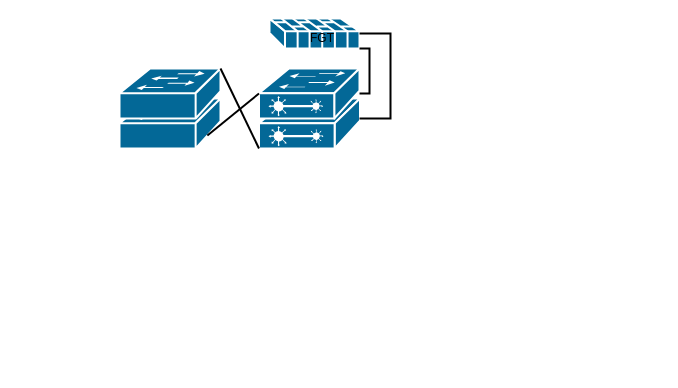
Before: schémabaiemarseille.drawio in titiuv24/diagrammes, a draw.io diagram. Source tidied: cells renumbered, new cells numbered last; positions are measured from the earlier drawing's top-left corner, leaving out a move shared by most shapes. Both pictures are drawn from the tidied source at 100%, with x=0, y=0 at pixel (119, 18).
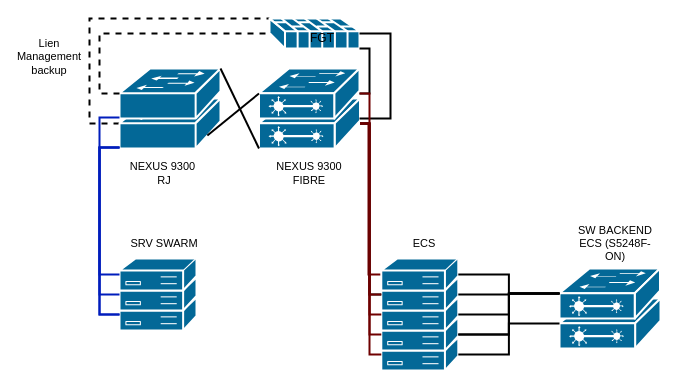
After the change.

Commit message:
Mettre à jour schémabaiemarseille.drawio

The change refers to these unchanged cells:
```xml
<mxCell id="2" style="shape=mxgraph.cisco.switches.workgroup_switch;sketch=0;html=1;dashed=0;fillColor=#036897;strokeColor=#ffffff;strokeWidth=2;verticalLabelPosition=bottom;verticalAlign=top;align=center;outlineConnect=0;" parent="1" vertex="1">
  <mxGeometry y="80" width="101" height="50" as="geometry" />
</mxCell>
<mxCell id="3" style="shape=mxgraph.cisco.switches.workgroup_switch;sketch=0;html=1;dashed=0;fillColor=#036897;strokeColor=#ffffff;strokeWidth=2;verticalLabelPosition=bottom;verticalAlign=top;align=center;outlineConnect=0;" parent="1" vertex="1">
  <mxGeometry y="50" width="101" height="50" as="geometry" />
</mxCell>
<mxCell id="4" style="shape=mxgraph.cisco.security.firewall;sketch=0;html=1;dashed=0;fillColor=#036897;strokeColor=#ffffff;strokeWidth=2;verticalLabelPosition=bottom;verticalAlign=top;align=center;outlineConnect=0;direction=north;rotation=0;" parent="1" vertex="1">
  <mxGeometry x="150" width="90" height="30" as="geometry" />
</mxCell>
<mxCell id="6" style="shape=mxgraph.cisco.switches.layer_2_remote_switch;sketch=0;html=1;dashed=0;fillColor=#036897;strokeColor=#ffffff;strokeWidth=2;verticalLabelPosition=bottom;verticalAlign=top;align=center;outlineConnect=0;" parent="1" vertex="1">
  <mxGeometry x="139.5" y="80" width="101" height="50" as="geometry" />
</mxCell>
<mxCell id="7" style="shape=mxgraph.cisco.switches.layer_2_remote_switch;sketch=0;html=1;dashed=0;fillColor=#036897;strokeColor=#ffffff;strokeWidth=2;verticalLabelPosition=bottom;verticalAlign=top;align=center;outlineConnect=0;" parent="1" vertex="1">
  <mxGeometry x="139.5" y="50" width="100.5" height="50" as="geometry" />
</mxCell>
```

Diff of the diagram source:
```diff
@@
+    <mxCell id="12" style="shape=mxgraph.cisco.controllers_and_modules.3174_(desktop)_cluster_controller;sketch=0;html=1;dashed=0;fillColor=#036897;strokeColor=#ffffff;strokeWidth=2;verticalLabelPosition=bottom;verticalAlign=top;align=center;outlineConnect=0;fontFamily=Helvetica;fontSize=11;fontColor=default;labelBackgroundColor=default;" parent="1" vertex="1">
+      <mxGeometry x="261.8" y="320" width="77" height="32" as="geometry" />
+    </mxCell>
+    <mxCell id="13" style="shape=mxgraph.cisco.controllers_and_modules.3174_(desktop)_cluster_controller;sketch=0;html=1;dashed=0;fillColor=#036897;strokeColor=#ffffff;strokeWidth=2;verticalLabelPosition=bottom;verticalAlign=top;align=center;outlineConnect=0;fontFamily=Helvetica;fontSize=11;fontColor=default;labelBackgroundColor=default;" parent="1" vertex="1">
+      <mxGeometry x="261.8" y="300" width="77" height="32" as="geometry" />
+    </mxCell>
+    <mxCell id="14" style="edgeStyle=orthogonalEdgeStyle;shape=connector;rounded=0;jettySize=auto;html=1;exitX=0;exitY=0.5;exitDx=0;exitDy=0;exitPerimeter=0;strokeColor=default;strokeWidth=2;align=center;verticalAlign=middle;fontFamily=Helvetica;fontSize=11;fontColor=default;labelBackgroundColor=default;endArrow=none;endFill=0;entryX=1;entryY=0;entryDx=0;entryDy=0;entryPerimeter=0;dashed=1;" parent="1" edge="1" source="2" target="4">
+      <mxGeometry relative="1" as="geometry">
+        <Array as="points">
+          <mxPoint x="-30" y="105" />
+          <mxPoint x="-30" />
+        </Array>
+      </mxGeometry>
+    </mxCell>
@@
+    <mxCell id="15" value="NEXUS 9300 FIBRE" style="text;html=1;whiteSpace=wrap;strokeColor=none;fillColor=none;align=center;verticalAlign=middle;rounded=0;fontFamily=Helvetica;fontSize=11;fontColor=default;labelBackgroundColor=default;" parent="1" vertex="1">
+      <mxGeometry x="144.6" y="140" width="90.2" height="30" as="geometry" />
+    </mxCell>
+    <mxCell id="16" value="&lt;div&gt;NEXUS 9300&amp;nbsp;&lt;/div&gt;&lt;div&gt;RJ&lt;/div&gt;" style="text;html=1;whiteSpace=wrap;strokeColor=none;fillColor=none;align=center;verticalAlign=middle;rounded=0;fontFamily=Helvetica;fontSize=11;fontColor=default;labelBackgroundColor=default;" parent="1" vertex="1">
+      <mxGeometry y="140" width="90.2" height="30" as="geometry" />
+    </mxCell>
+    <mxCell id="17" style="edgeStyle=orthogonalEdgeStyle;shape=connector;rounded=0;jettySize=auto;html=1;exitX=0;exitY=0.5;exitDx=0;exitDy=0;exitPerimeter=0;entryX=0.5;entryY=0;entryDx=0;entryDy=0;entryPerimeter=0;strokeColor=default;strokeWidth=2;align=center;verticalAlign=middle;fontFamily=Helvetica;fontSize=11;fontColor=default;labelBackgroundColor=default;endArrow=none;endFill=0;dashed=1;" parent="1" edge="1" source="3" target="4">
+      <mxGeometry relative="1" as="geometry">
+        <Array as="points">
+          <mxPoint x="-20" y="75" />
+          <mxPoint x="-20" y="15" />
+        </Array>
+      </mxGeometry>
+    </mxCell>
+    <mxCell id="18" value="&lt;div&gt;Lien Management backup&lt;/div&gt;&lt;div&gt;&lt;br&gt;&lt;/div&gt;" style="text;html=1;whiteSpace=wrap;strokeColor=none;fillColor=none;align=center;verticalAlign=middle;rounded=0;fontFamily=Helvetica;fontSize=11;fontColor=default;labelBackgroundColor=default;" parent="1" vertex="1">
+      <mxGeometry x="-100" y="30" width="60" height="30" as="geometry" />
+    </mxCell>
+    <mxCell id="19" style="shape=mxgraph.cisco.controllers_and_modules.3174_(desktop)_cluster_controller;sketch=0;html=1;dashed=0;fillColor=#036897;strokeColor=#ffffff;strokeWidth=2;verticalLabelPosition=bottom;verticalAlign=top;align=center;outlineConnect=0;fontFamily=Helvetica;fontSize=11;fontColor=default;labelBackgroundColor=default;" parent="1" vertex="1">
+      <mxGeometry y="280" width="77" height="32" as="geometry" />
+    </mxCell>
+    <mxCell id="20" style="shape=mxgraph.cisco.controllers_and_modules.3174_(desktop)_cluster_controller;sketch=0;html=1;dashed=0;fillColor=#036897;strokeColor=#ffffff;strokeWidth=2;verticalLabelPosition=bottom;verticalAlign=top;align=center;outlineConnect=0;fontFamily=Helvetica;fontSize=11;fontColor=default;labelBackgroundColor=default;" parent="1" vertex="1">
+      <mxGeometry y="260" width="77" height="32" as="geometry" />
+    </mxCell>
+    <mxCell id="21" style="shape=mxgraph.cisco.controllers_and_modules.3174_(desktop)_cluster_controller;sketch=0;html=1;dashed=0;fillColor=#036897;strokeColor=#ffffff;strokeWidth=2;verticalLabelPosition=bottom;verticalAlign=top;align=center;outlineConnect=0;fontFamily=Helvetica;fontSize=11;fontColor=default;labelBackgroundColor=default;" parent="1" vertex="1">
+      <mxGeometry y="240" width="77" height="32" as="geometry" />
+    </mxCell>
+    <mxCell id="22" style="edgeStyle=orthogonalEdgeStyle;shape=connector;rounded=0;jettySize=auto;html=1;exitX=0;exitY=0.5;exitDx=0;exitDy=0;exitPerimeter=0;entryX=0;entryY=0.98;entryDx=0;entryDy=0;entryPerimeter=0;strokeColor=#001DBC;strokeWidth=2;align=center;verticalAlign=middle;fontFamily=Helvetica;fontSize=11;fontColor=default;labelBackgroundColor=default;endArrow=none;endFill=0;fillColor=#0050ef;" parent="1" edge="1" source="21" target="2">
+      <mxGeometry relative="1" as="geometry">
+        <Array as="points">
+          <mxPoint x="-20" y="256" />
+          <mxPoint x="-20" y="129" />
+        </Array>
+      </mxGeometry>
+    </mxCell>
+    <mxCell id="23" style="edgeStyle=orthogonalEdgeStyle;shape=connector;rounded=0;jettySize=auto;html=1;exitX=0;exitY=0.5;exitDx=0;exitDy=0;exitPerimeter=0;entryX=0;entryY=0.98;entryDx=0;entryDy=0;entryPerimeter=0;strokeColor=#001DBC;strokeWidth=2;align=center;verticalAlign=middle;fontFamily=Helvetica;fontSize=11;fontColor=default;labelBackgroundColor=default;endArrow=none;endFill=0;fillColor=#0050ef;" parent="1" edge="1" source="20" target="2">
+      <mxGeometry relative="1" as="geometry">
+        <Array as="points">
+          <mxPoint x="-20" y="276" />
+          <mxPoint x="-20" y="129" />
+        </Array>
+      </mxGeometry>
+    </mxCell>
+    <mxCell id="24" style="edgeStyle=orthogonalEdgeStyle;shape=connector;rounded=0;jettySize=auto;html=1;exitX=0;exitY=0.98;exitDx=0;exitDy=0;exitPerimeter=0;entryX=0;entryY=0.5;entryDx=0;entryDy=0;entryPerimeter=0;strokeColor=#001DBC;strokeWidth=2;align=center;verticalAlign=middle;fontFamily=Helvetica;fontSize=11;fontColor=default;labelBackgroundColor=default;endArrow=none;endFill=0;fillColor=#0050ef;" parent="1" edge="1" source="2" target="19">
+      <mxGeometry relative="1" as="geometry">
+        <Array as="points">
+          <mxPoint x="-20" y="129" />
+          <mxPoint x="-20" y="296" />
+        </Array>
+      </mxGeometry>
+    </mxCell>
+    <mxCell id="25" style="edgeStyle=orthogonalEdgeStyle;shape=connector;rounded=0;jettySize=auto;html=1;exitX=0;exitY=0.5;exitDx=0;exitDy=0;exitPerimeter=0;entryX=0;entryY=0.98;entryDx=0;entryDy=0;entryPerimeter=0;strokeColor=#001DBC;strokeWidth=2;align=center;verticalAlign=middle;fontFamily=Helvetica;fontSize=11;fontColor=default;labelBackgroundColor=default;endArrow=none;endFill=0;fillColor=#0050ef;" parent="1" edge="1" source="19" target="3">
+      <mxGeometry relative="1" as="geometry">
+        <Array as="points">
+          <mxPoint x="-20" y="296" />
+          <mxPoint x="-20" y="99" />
+        </Array>
+      </mxGeometry>
+    </mxCell>
+    <mxCell id="26" value="&lt;div&gt;SRV SWARM&lt;/div&gt;" style="text;html=1;whiteSpace=wrap;strokeColor=none;fillColor=none;align=center;verticalAlign=middle;rounded=0;fontFamily=Helvetica;fontSize=11;fontColor=default;labelBackgroundColor=default;" parent="1" vertex="1">
+      <mxGeometry y="210" width="90.2" height="30" as="geometry" />
+    </mxCell>
+    <mxCell id="27" style="edgeStyle=orthogonalEdgeStyle;shape=connector;rounded=0;jettySize=auto;html=1;exitX=0;exitY=0.5;exitDx=0;exitDy=0;exitPerimeter=0;strokeColor=#6F0000;strokeWidth=2;align=center;verticalAlign=middle;fontFamily=Helvetica;fontSize=11;fontColor=default;labelBackgroundColor=default;endArrow=none;endFill=0;entryX=1;entryY=0.5;entryDx=0;entryDy=0;entryPerimeter=0;fillColor=#a20025;" parent="1" edge="1" source="13" target="6">
+      <mxGeometry relative="1" as="geometry">
+        <Array as="points">
+          <mxPoint x="250" y="316" />
+          <mxPoint x="250" y="105" />
+        </Array>
+      </mxGeometry>
+    </mxCell>
+    <mxCell id="28" style="shape=mxgraph.cisco.controllers_and_modules.3174_(desktop)_cluster_controller;sketch=0;html=1;dashed=0;fillColor=#036897;strokeColor=#ffffff;strokeWidth=2;verticalLabelPosition=bottom;verticalAlign=top;align=center;outlineConnect=0;fontFamily=Helvetica;fontSize=11;fontColor=default;labelBackgroundColor=default;" parent="1" vertex="1">
+      <mxGeometry x="261.8" y="280" width="77" height="32" as="geometry" />
+    </mxCell>
+    <mxCell id="29" style="shape=mxgraph.cisco.controllers_and_modules.3174_(desktop)_cluster_controller;sketch=0;html=1;dashed=0;fillColor=#036897;strokeColor=#ffffff;strokeWidth=2;verticalLabelPosition=bottom;verticalAlign=top;align=center;outlineConnect=0;fontFamily=Helvetica;fontSize=11;fontColor=default;labelBackgroundColor=default;" parent="1" vertex="1">
+      <mxGeometry x="261.8" y="260" width="77" height="32" as="geometry" />
+    </mxCell>
+    <mxCell id="30" style="edgeStyle=orthogonalEdgeStyle;shape=connector;rounded=0;jettySize=auto;html=1;exitX=1;exitY=0.5;exitDx=0;exitDy=0;exitPerimeter=0;strokeWidth=2;align=center;verticalAlign=middle;fontFamily=Helvetica;fontSize=11;fontColor=default;labelBackgroundColor=default;endArrow=none;endFill=0;fillColor=#a20025;strokeColor=#6F0000;" parent="1" edge="1" source="31" target="6">
+      <mxGeometry relative="1" as="geometry">
+        <Array as="points">
+          <mxPoint x="249" y="256" />
+          <mxPoint x="249" y="105" />
+        </Array>
+      </mxGeometry>
+    </mxCell>
+    <mxCell id="31" style="shape=mxgraph.cisco.controllers_and_modules.3174_(desktop)_cluster_controller;sketch=0;html=1;dashed=0;fillColor=#036897;strokeColor=#ffffff;strokeWidth=2;verticalLabelPosition=bottom;verticalAlign=top;align=center;outlineConnect=0;fontFamily=Helvetica;fontSize=11;fontColor=default;labelBackgroundColor=default;" parent="1" vertex="1">
+      <mxGeometry x="261.8" y="240" width="77" height="32" as="geometry" />
+    </mxCell>
+    <mxCell id="32" value="ECS" style="text;html=1;whiteSpace=wrap;strokeColor=none;fillColor=none;align=center;verticalAlign=middle;rounded=0;fontFamily=Helvetica;fontSize=11;fontColor=default;labelBackgroundColor=default;" parent="1" vertex="1">
+      <mxGeometry x="260" y="210" width="90.2" height="30" as="geometry" />
+    </mxCell>
+    <mxCell id="33" style="edgeStyle=orthogonalEdgeStyle;shape=connector;rounded=0;jettySize=auto;html=1;exitX=0;exitY=0.5;exitDx=0;exitDy=0;exitPerimeter=0;entryX=1;entryY=0.5;entryDx=0;entryDy=0;entryPerimeter=0;strokeColor=default;strokeWidth=2;align=center;verticalAlign=middle;fontFamily=Helvetica;fontSize=11;fontColor=default;labelBackgroundColor=default;endArrow=none;endFill=0;" parent="1" edge="1" source="29" target="6">
+      <mxGeometry relative="1" as="geometry">
+        <Array as="points">
+          <mxPoint x="250" y="276" />
+          <mxPoint x="250" y="105" />
+        </Array>
+      </mxGeometry>
+    </mxCell>
+    <mxCell id="34" style="edgeStyle=orthogonalEdgeStyle;shape=connector;rounded=0;jettySize=auto;html=1;exitX=0;exitY=0.5;exitDx=0;exitDy=0;exitPerimeter=0;entryX=1;entryY=0.5;entryDx=0;entryDy=0;entryPerimeter=0;strokeColor=#6F0000;strokeWidth=2;align=center;verticalAlign=middle;fontFamily=Helvetica;fontSize=11;fontColor=default;labelBackgroundColor=default;endArrow=none;endFill=0;fillColor=#a20025;" parent="1" edge="1" source="28" target="6">
+      <mxGeometry relative="1" as="geometry">
+        <Array as="points">
+          <mxPoint x="250" y="296" />
+          <mxPoint x="250" y="105" />
+        </Array>
+      </mxGeometry>
+    </mxCell>
+    <mxCell id="35" style="edgeStyle=orthogonalEdgeStyle;shape=connector;rounded=0;jettySize=auto;html=1;exitX=0;exitY=0.5;exitDx=0;exitDy=0;exitPerimeter=0;entryX=1;entryY=0.5;entryDx=0;entryDy=0;entryPerimeter=0;strokeColor=#6F0000;strokeWidth=2;align=center;verticalAlign=middle;fontFamily=Helvetica;fontSize=11;fontColor=default;labelBackgroundColor=default;endArrow=none;endFill=0;fillColor=#a20025;" parent="1" edge="1" source="12" target="6">
+      <mxGeometry relative="1" as="geometry">
+        <Array as="points">
+          <mxPoint x="250" y="336" />
+          <mxPoint x="250" y="105" />
+        </Array>
+      </mxGeometry>
+    </mxCell>
+    <mxCell id="36" style="edgeStyle=orthogonalEdgeStyle;shape=connector;rounded=0;jettySize=auto;html=1;exitX=0;exitY=0.5;exitDx=0;exitDy=0;exitPerimeter=0;entryX=1;entryY=0.5;entryDx=0;entryDy=0;entryPerimeter=0;strokeColor=#6F0000;strokeWidth=2;align=center;verticalAlign=middle;fontFamily=Helvetica;fontSize=11;fontColor=default;labelBackgroundColor=default;endArrow=none;endFill=0;fillColor=#a20025;" parent="1" edge="1" source="29" target="7">
+      <mxGeometry relative="1" as="geometry">
+        <Array as="points">
+          <mxPoint x="250" y="276" />
+          <mxPoint x="250" y="75" />
+        </Array>
+      </mxGeometry>
+    </mxCell>
+    <mxCell id="37" style="shape=mxgraph.cisco.switches.layer_2_remote_switch;sketch=0;html=1;dashed=0;fillColor=#036897;strokeColor=#ffffff;strokeWidth=2;verticalLabelPosition=bottom;verticalAlign=top;align=center;outlineConnect=0;" parent="1" vertex="1">
+      <mxGeometry x="440" y="280" width="101" height="50" as="geometry" />
+    </mxCell>
+    <mxCell id="38" style="shape=mxgraph.cisco.switches.layer_2_remote_switch;sketch=0;html=1;dashed=0;fillColor=#036897;strokeColor=#ffffff;strokeWidth=2;verticalLabelPosition=bottom;verticalAlign=top;align=center;outlineConnect=0;" parent="1" vertex="1">
+      <mxGeometry x="440" y="250" width="100.5" height="50" as="geometry" />
+    </mxCell>
+    <mxCell id="39" style="edgeStyle=orthogonalEdgeStyle;shape=connector;rounded=0;jettySize=auto;html=1;exitX=1;exitY=0.5;exitDx=0;exitDy=0;exitPerimeter=0;entryX=0;entryY=0.5;entryDx=0;entryDy=0;entryPerimeter=0;strokeColor=default;strokeWidth=2;align=center;verticalAlign=middle;fontFamily=Helvetica;fontSize=11;fontColor=default;labelBackgroundColor=default;endArrow=none;endFill=0;" parent="1" edge="1" source="31" target="38">
+      <mxGeometry relative="1" as="geometry" />
+    </mxCell>
+    <mxCell id="40" style="edgeStyle=orthogonalEdgeStyle;shape=connector;rounded=0;jettySize=auto;html=1;exitX=1;exitY=0.5;exitDx=0;exitDy=0;exitPerimeter=0;entryX=0;entryY=0.5;entryDx=0;entryDy=0;entryPerimeter=0;strokeColor=default;strokeWidth=2;align=center;verticalAlign=middle;fontFamily=Helvetica;fontSize=11;fontColor=default;labelBackgroundColor=default;endArrow=none;endFill=0;" parent="1" edge="1" source="29" target="38">
+      <mxGeometry relative="1" as="geometry" />
+    </mxCell>
+    <mxCell id="41" style="edgeStyle=orthogonalEdgeStyle;shape=connector;rounded=0;jettySize=auto;html=1;exitX=1;exitY=0.5;exitDx=0;exitDy=0;exitPerimeter=0;entryX=0;entryY=0.5;entryDx=0;entryDy=0;entryPerimeter=0;strokeColor=default;strokeWidth=2;align=center;verticalAlign=middle;fontFamily=Helvetica;fontSize=11;fontColor=default;labelBackgroundColor=default;endArrow=none;endFill=0;" parent="1" edge="1" source="28" target="38">
+      <mxGeometry relative="1" as="geometry" />
+    </mxCell>
+    <mxCell id="42" style="edgeStyle=orthogonalEdgeStyle;shape=connector;rounded=0;jettySize=auto;html=1;exitX=1;exitY=0.5;exitDx=0;exitDy=0;exitPerimeter=0;entryX=0;entryY=0.5;entryDx=0;entryDy=0;entryPerimeter=0;strokeColor=default;strokeWidth=2;align=center;verticalAlign=middle;fontFamily=Helvetica;fontSize=11;fontColor=default;labelBackgroundColor=default;endArrow=none;endFill=0;" parent="1" edge="1" source="13" target="38">
+      <mxGeometry relative="1" as="geometry" />
+    </mxCell>
+    <mxCell id="43" style="edgeStyle=orthogonalEdgeStyle;shape=connector;rounded=0;jettySize=auto;html=1;exitX=1;exitY=0.5;exitDx=0;exitDy=0;exitPerimeter=0;entryX=0;entryY=0.5;entryDx=0;entryDy=0;entryPerimeter=0;strokeColor=default;strokeWidth=2;align=center;verticalAlign=middle;fontFamily=Helvetica;fontSize=11;fontColor=default;labelBackgroundColor=default;endArrow=none;endFill=0;" parent="1" edge="1" source="12" target="38">
+      <mxGeometry relative="1" as="geometry" />
+    </mxCell>
+    <mxCell id="44" style="edgeStyle=orthogonalEdgeStyle;shape=connector;rounded=0;jettySize=auto;html=1;exitX=1;exitY=0.5;exitDx=0;exitDy=0;exitPerimeter=0;entryX=0;entryY=0.5;entryDx=0;entryDy=0;entryPerimeter=0;strokeColor=default;strokeWidth=2;align=center;verticalAlign=middle;fontFamily=Helvetica;fontSize=11;fontColor=default;labelBackgroundColor=default;endArrow=none;endFill=0;" parent="1" edge="1" source="13" target="37">
+      <mxGeometry relative="1" as="geometry" />
+    </mxCell>
+    <mxCell id="45" value="SW BACKEND ECS (S5248F-ON)" style="text;html=1;whiteSpace=wrap;strokeColor=none;fillColor=none;align=center;verticalAlign=middle;rounded=0;fontFamily=Helvetica;fontSize=11;fontColor=default;labelBackgroundColor=default;" parent="1" vertex="1">
+      <mxGeometry x="450.8" y="210" width="90.2" height="30" as="geometry" />
+    </mxCell>
```
